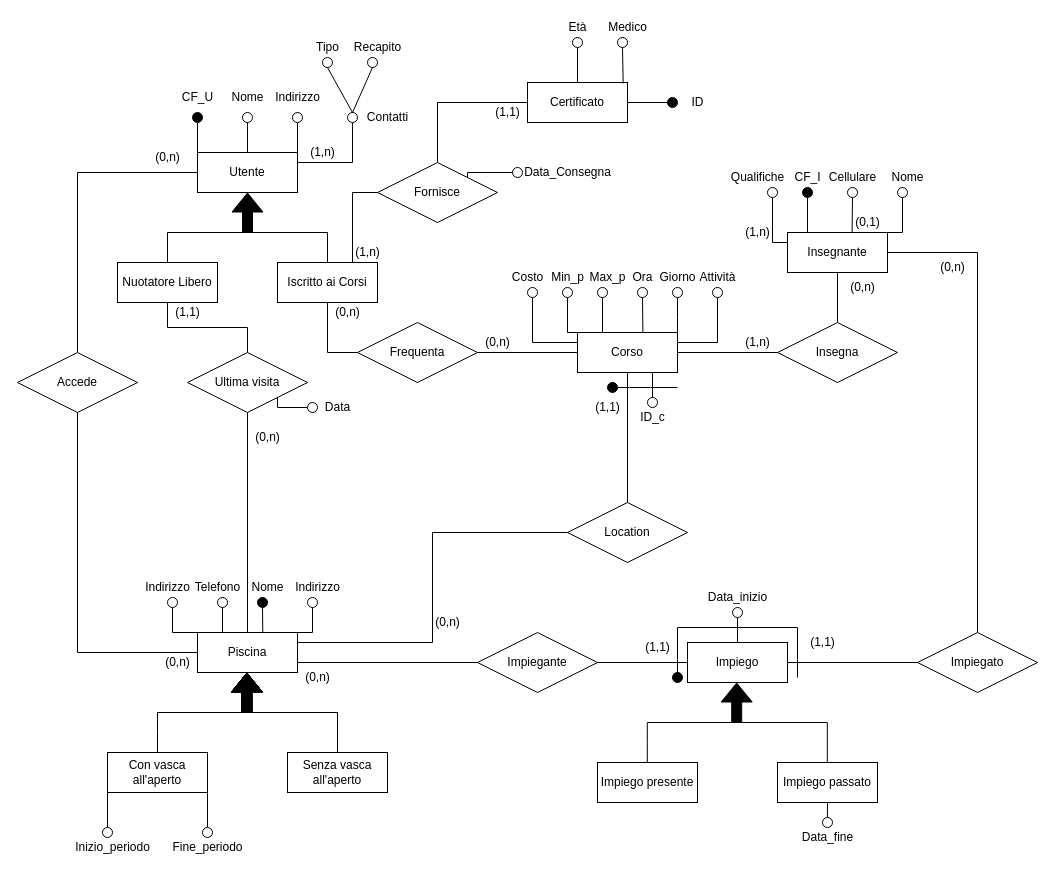
Above: ER Diagrams/Diagram2.drawio in fra-dln/PiscineComunali (draw.io), before the change. Source tidied: cells renumbered, new cells numbered last; positions are measured from the earlier drawing's top-left corner, leaving out a move shared by most shapes. Both pictures are drawn from the tidied source at 100%, with x=0, y=0 at pixel (17, 17).
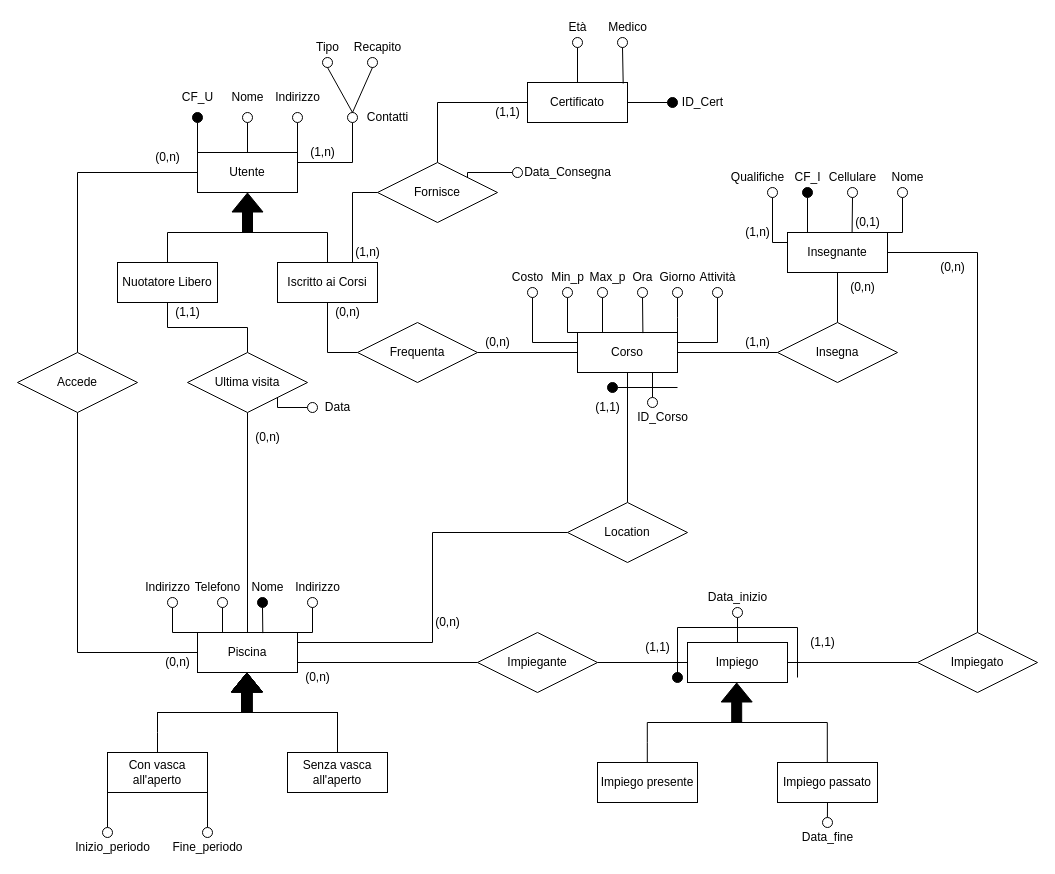
Above is the later version.

The edit, as a diff of the source:
```diff
@@
-    <mxCell id="65" value="ID" style="text;html=1;align=center;verticalAlign=middle;strokeColor=none;fillColor=none;" parent="1" vertex="1">
-      <mxGeometry x="665" y="75" width="30" height="20" as="geometry" />
+    <mxCell id="65" value="ID_Cert" style="text;html=1;align=center;verticalAlign=middle;strokeColor=none;fillColor=none;" parent="1" vertex="1">
+      <mxGeometry x="655" y="75" width="60" height="20" as="geometry" />
     </mxCell>
@@
-    <mxCell id="147" value="ID_c" style="text;html=1;align=center;verticalAlign=middle;strokeColor=none;fillColor=none;" parent="1" vertex="1">
-      <mxGeometry x="615" y="390" width="40" height="20" as="geometry" />
+    <mxCell id="147" value="ID_Corso" style="text;html=1;align=center;verticalAlign=middle;strokeColor=none;fillColor=none;" parent="1" vertex="1">
+      <mxGeometry x="610" y="390" width="70" height="20" as="geometry" />
     </mxCell>
```
